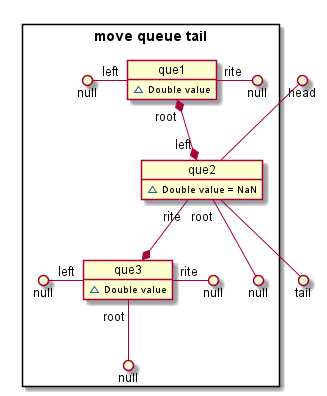
Above: src/docs/UML/reorderScheme/static/_06_queue.png in vitalispopoff/calculator (PlantUML), before the change.
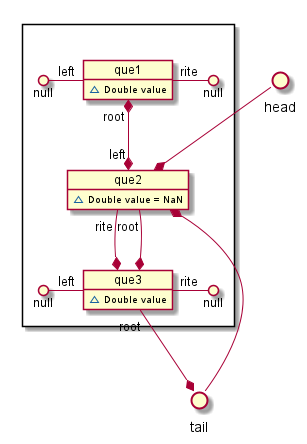
The same file after the commit.

The edit, as a diff of the source:
```diff
@@ -1,30 +1,38 @@
 @startuml
 
-package "move queue tail" <<Rectangle>>{
+() head
+() tail
+
+package " " <<Rectangle>>{
+
+    head --*  que2
 
     object que1{
         ~ Double value
     }
         null ()- "left" que1
         que1 "rite" -() null
+        que1 "root" *--* "left" que2
 
     object que2{
         ~ Double value = NaN
     }
-        que1 "root" *--* "left" que2
-        que2 "rite"--* que3
-        que2 "root" --() null
+        que2 "rite" --* que3
+        que2 "root" --*  que3
+        que2 *-- tail
 
     object que3{
         ~ Double value
     }
         null ()- "left" que3
         que3 "rite" -() null
-        que3 "root" --() null
+        que3 "root" --* tail
+
+
 
 
 }
-    que2 --() tail
-    head ()-- que2
+
+
 
 @enduml
```
